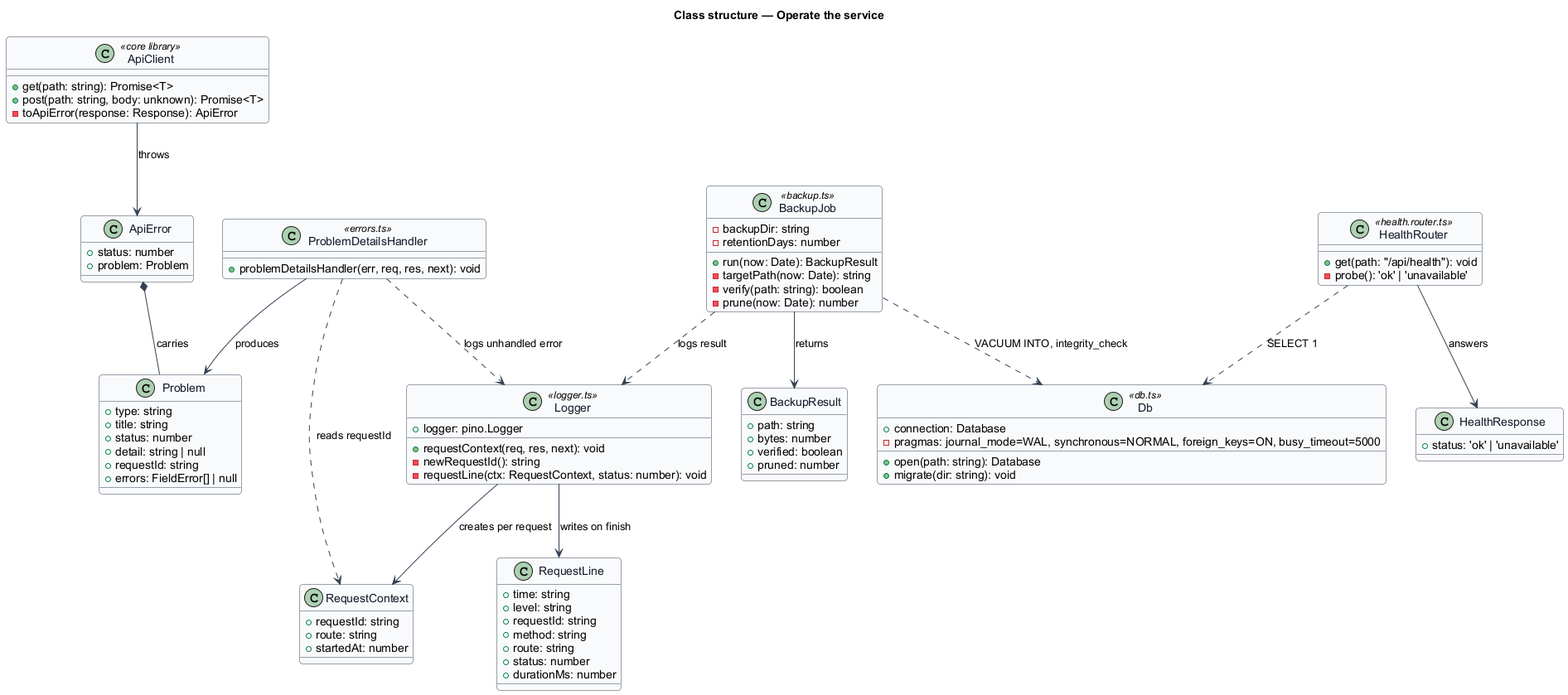
Earlier version of the PlantUML export docs/detailed-designs/platform/operate-service/diagrams/class-structure.png (QuinntyneBrown/shelfie). Its source is kept beside it as docs/detailed-designs/platform/operate-service/diagrams/class-structure.puml.
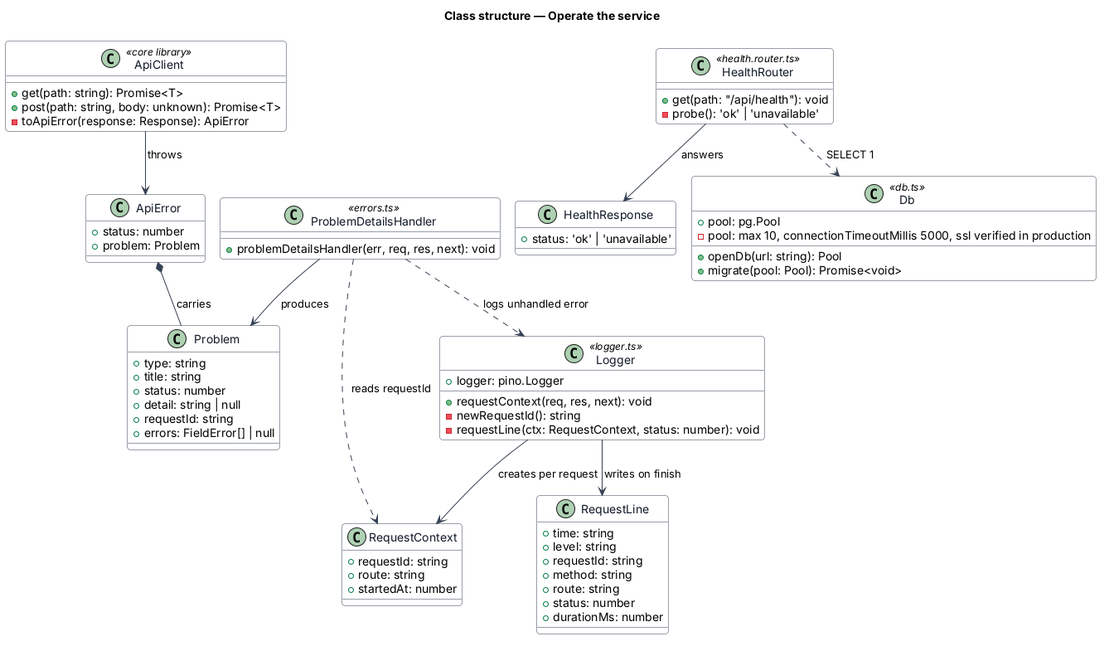
Later version of the same file.

The edit, as a diff of the source:
```diff
@@ -44,26 +44,10 @@
 }
 
 class Db <<db.ts>> {
-  +connection: Database
-  +open(path: string): Database
-  +migrate(dir: string): void
-  -pragmas: journal_mode=WAL, synchronous=NORMAL, foreign_keys=ON, busy_timeout=5000
-}
-
-class BackupJob <<backup.ts>> {
-  +run(now: Date): BackupResult
-  -backupDir: string
-  -retentionDays: number
-  -targetPath(now: Date): string
-  -verify(path: string): boolean
-  -prune(now: Date): number
-}
-
-class BackupResult {
-  +path: string
-  +bytes: number
-  +verified: boolean
-  +pruned: number
+  +pool: pg.Pool
+  +openDb(url: string): Pool
+  +migrate(pool: Pool): Promise<void>
+  -pool: max 10, connectionTimeoutMillis 5000, ssl verified in production
 }
 
 class ProblemDetailsHandler <<errors.ts>> {
@@ -94,9 +78,6 @@
 Logger --> RequestLine : writes on finish
 HealthRouter ..> Db : SELECT 1
 HealthRouter --> HealthResponse : answers
-BackupJob ..> Db : VACUUM INTO, integrity_check
-BackupJob --> BackupResult : returns
-BackupJob ..> Logger : logs result
 ProblemDetailsHandler ..> RequestContext : reads requestId
 ProblemDetailsHandler --> Problem : produces
 ProblemDetailsHandler ..> Logger : logs unhandled error
```
